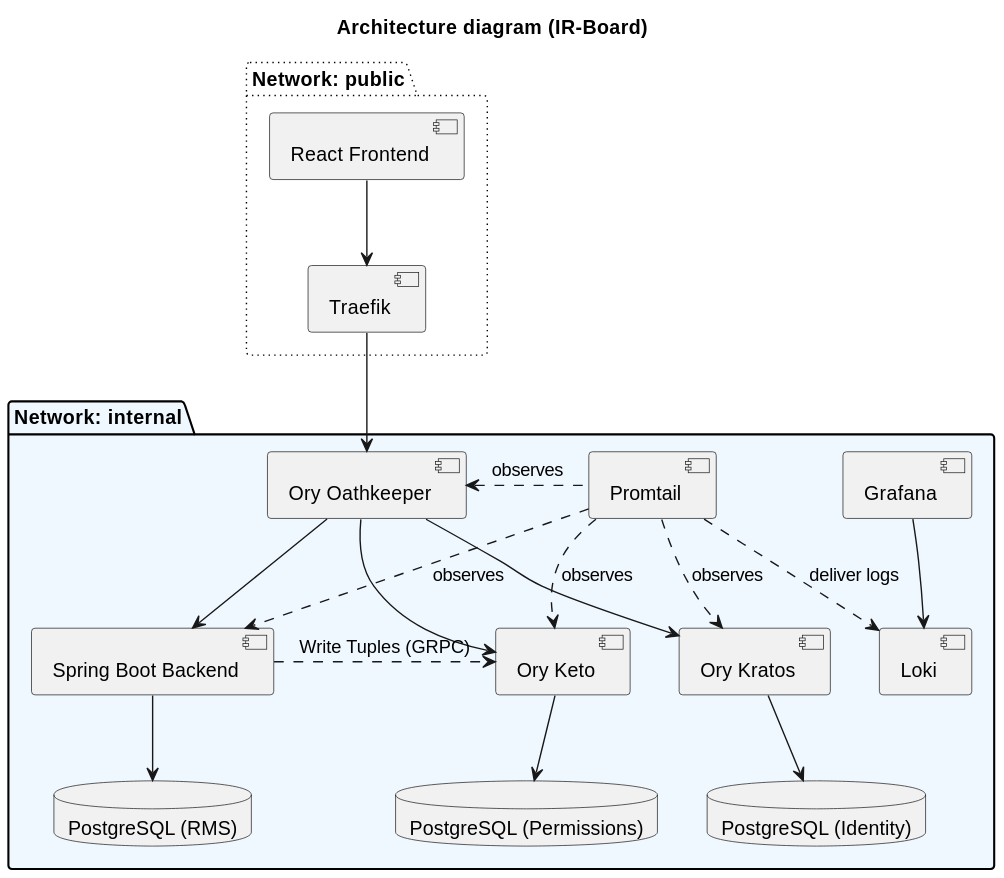
This is docs/diagrams/ArchitectureC2.svg from Y4vra/IRBoard, a PlantUML export, as it was before one commit. The source it was exported from:
```plantuml
@startuml
title Architecture diagram (IR-Board)

package "Network: public" #line.dotted {
    [React Frontend] as spa
    [Traefik] as gateway
}

package "Network: internal" #AliceBlue {
    [Ory Oathkeeper] as proxy
    [Ory Kratos] as kratos
    [Ory Keto] as keto
    [Spring Boot Backend] as backend
    [Loki]
    [Grafana]
    [Promtail]

    database "PostgreSQL (RMS)" as db_rms
    database "PostgreSQL (Identity)" as db_auth
    database "PostgreSQL (Permissions)" as db_perm
}

spa --> gateway
gateway --> proxy

proxy --> kratos
proxy --> keto

proxy --> backend

backend .right.> keto : Write Tuples (GRPC)

backend -down-> db_rms
kratos -down-> db_auth
keto -down-> db_perm


Grafana --> Loki
Promtail ..> Loki : deliver logs
Promtail ..> kratos : observes
Promtail ..> keto : observes
Promtail ..> backend : observes
Promtail .left.> proxy : observes
@enduml
```
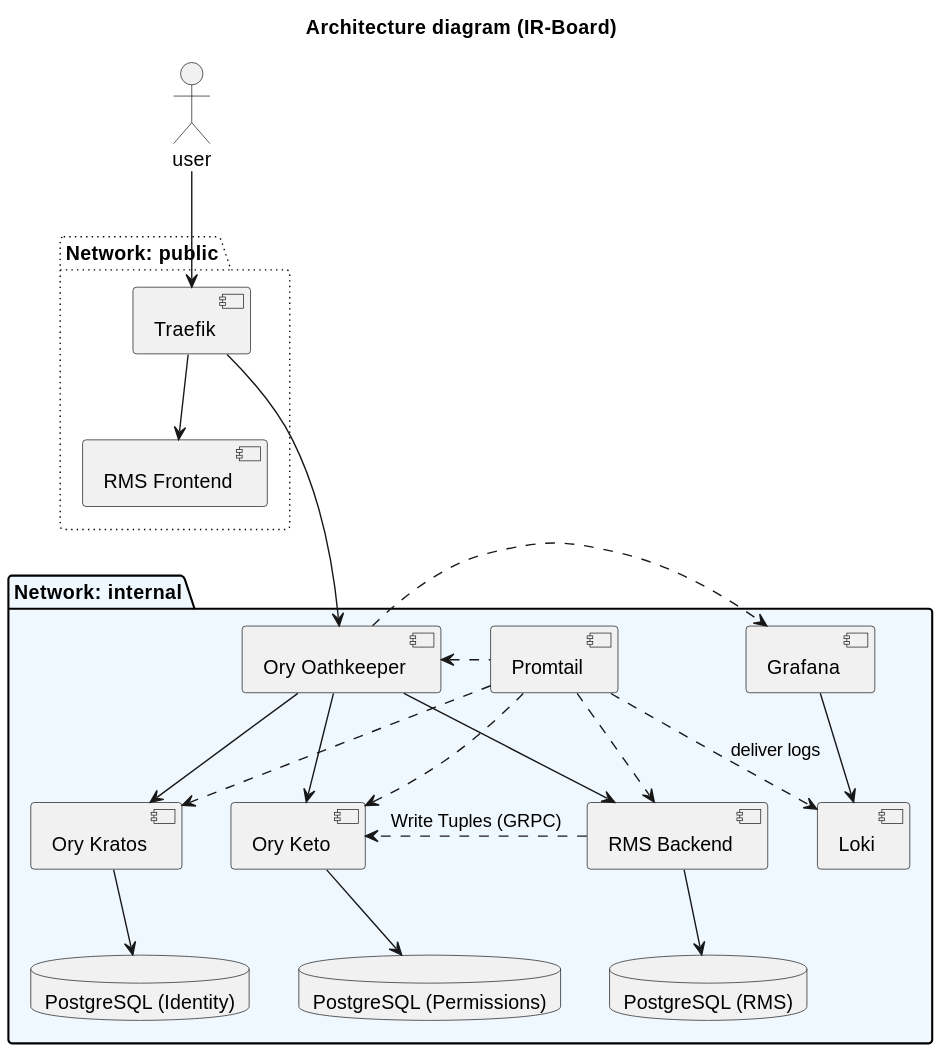
The same diagram one commit later.

Commit message:
feat: adds architecture explanation and test plan analysis

Change to the diagram source:
```diff
@@ -1,8 +1,10 @@
 @startuml
 title Architecture diagram (IR-Board)
 
+actor user
+
 package "Network: public" #line.dotted {
-    [React Frontend] as spa
+    [RMS Frontend] as front
     [Traefik] as gateway
 }
 
@@ -10,7 +12,7 @@
     [Ory Oathkeeper] as proxy
     [Ory Kratos] as kratos
     [Ory Keto] as keto
-    [Spring Boot Backend] as backend
+    [RMS Backend] as backend
     [Loki]
     [Grafana]
     [Promtail]
@@ -20,15 +22,17 @@
     database "PostgreSQL (Permissions)" as db_perm
 }
 
-spa --> gateway
-gateway --> proxy
+user -down-> gateway
+gateway -down-> front
+gateway -down--> proxy
 
-proxy --> kratos
-proxy --> keto
+proxy -> kratos
+proxy -left-> keto
+proxy .> Grafana
 
-proxy --> backend
+proxy -down-> backend
 
-backend .right.> keto : Write Tuples (GRPC)
+backend .> keto : Write Tuples (GRPC)
 
 backend -down-> db_rms
 kratos -down-> db_auth
@@ -37,8 +41,8 @@
 
 Grafana --> Loki
 Promtail ..> Loki : deliver logs
-Promtail ..> kratos : observes
-Promtail ..> keto : observes
-Promtail ..> backend : observes
-Promtail .left.> proxy : observes
+Promtail ..> kratos
+Promtail ..> keto
+Promtail ..> backend
+Promtail .left.> proxy
 @enduml
```
